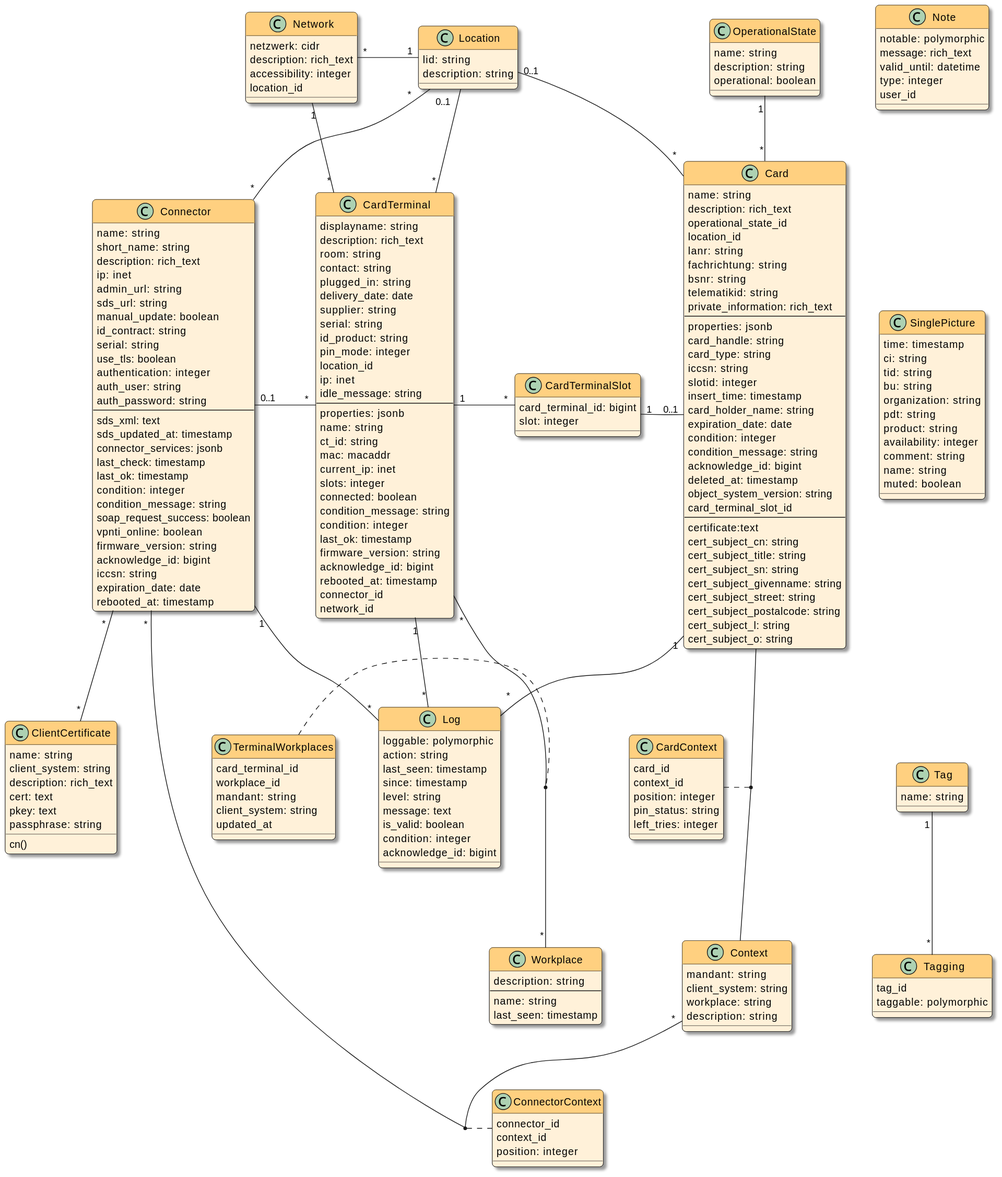
Before: docs/devnotes/_images/models.svg, a diagram exported from PlantUML (swobspace/cocard). The source it was exported from:
```plantuml
@startuml
top to bottom direction

!theme cocard from .

class Connector  {
  name: string
  short_name: string
  description: rich_text
  ip: inet
  admin_url: string
  sds_url: string
  manual_update: boolean
  id_contract: string
  serial: string
  use_tls: boolean
  authentication: integer
  auth_user: string
  auth_password: string
  --
  sds_xml: text
  sds_updated_at: timestamp
  connector_services: jsonb
  last_check: timestamp
  last_ok: timestamp
  condition: integer
  condition_message: string
  soap_request_success: boolean
  vpnti_online: boolean
  firmware_version: string
  acknowledge_id: bigint
  iccsn: string
  expiration_date: date
  rebooted_at: timestamp
}

class CardTerminal {
  displayname: string
  description: rich_text
  room: string
  contact: string
  plugged_in: string
  delivery_date: date
  supplier: string
  serial: string
  id_product: string
  pin_mode: integer
  location_id
  ip: inet
  idle_message: string
  --
  properties: jsonb
  name: string
  ct_id: string
  mac: macaddr
  current_ip: inet
  slots: integer
  connected: boolean
  condition_message: string
  condition: integer
  last_ok: timestamp
  firmware_version: string
  acknowledge_id: bigint
  rebooted_at: timestamp
  connector_id
  network_id
}

class CardTerminalSlot {
  card_terminal_id: bigint
  slot: integer
}

class Location {
  lid: string
  description: string
}

class Context {
  mandant: string
  client_system: string
  workplace: string
  description: string
}

class ConnectorContext {
  connector_id
  context_id
  position: integer
}

class CardContext {
  card_id
  context_id
  position: integer
  pin_status: string
  left_tries: integer
}

class Card {
  name: string
  description: rich_text
  operational_state_id
  location_id
  lanr: string
  fachrichtung: string
  bsnr: string
  telematikid: string
  private_information: rich_text
  --
  properties: jsonb
  card_handle: string
  card_type: string
  iccsn: string
  slotid: integer
  insert_time: timestamp
  card_holder_name: string
  expiration_date: date
  condition: integer
  condition_message: string
  acknowledge_id: bigint
  deleted_at: timestamp
  object_system_version: string
  card_terminal_slot_id
  --
  certificate:text
  cert_subject_cn: string
  cert_subject_title: string
  cert_subject_sn: string
  cert_subject_givenname: string
  cert_subject_street: string
  cert_subject_postalcode: string
  cert_subject_l: string
  cert_subject_o: string
}

class Workplace {
  description: string
  --
  name: string
  last_seen: timestamp
}
Class TerminalWorkplaces {
  card_terminal_id
  workplace_id
  mandant: string
  client_system: string
  updated_at
}
Class OperationalState {
  name: string
  description: string
  operational: boolean
}

Class Log {
  loggable: polymorphic
  action: string
  last_seen: timestamp
  since: timestamp
  level: string
  message: text
  is_valid: boolean
  condition: integer
  acknowledge_id: bigint
}

Class Network {
  netzwerk: cidr
  description: rich_text
  accessibility: integer
  location_id
}

Class ClientCertificate {
  name: string
  client_system: string
  description: rich_text
  cert: text
  pkey: text
  passphrase: string
  cn()
}

Class Note {
  notable: polymorphic
  message: rich_text
  valid_until: datetime
  type: integer
  user_id
}

Class Tag {
  name: string
}

Class Tagging {
  tag_id
  taggable: polymorphic
}

Network "*" - "1" Location
Network "1" -- "*" CardTerminal
Location "*" -- "*" Connector
Context "*" -- "*" Connector
Connector "0..1" - "*" CardTerminal
Location "0..1" -- "*" CardTerminal
(Connector, Context) . ConnectorContext
CardContext . (Card, Context)
CardTerminal "1" - "*" CardTerminalSlot
CardTerminalSlot "1" - "0..1" Card
CardTerminal "*" -- "*" Workplace
TerminalWorkplaces . (CardTerminal, Workplace)
Location "0..1" -- "*" Card
OperationalState "1" -- "*" Card

Connector "1" -- "*" Log
CardTerminal "1" -- "*" Log
Card "1" -- "*" Log

Connector "*" -- "*" ClientCertificate

Tag "1" -- "*" Tagging

Note -[hidden]- SinglePicture
SinglePicture -[hidden]- Tag

Class SinglePicture {
  time: timestamp
  ci: string
  tid: string
  bu: string
  organization: string
  pdt: string
  product: string
  availability: integer
  comment: string
  name: string
  muted: boolean
}
@enduml
```
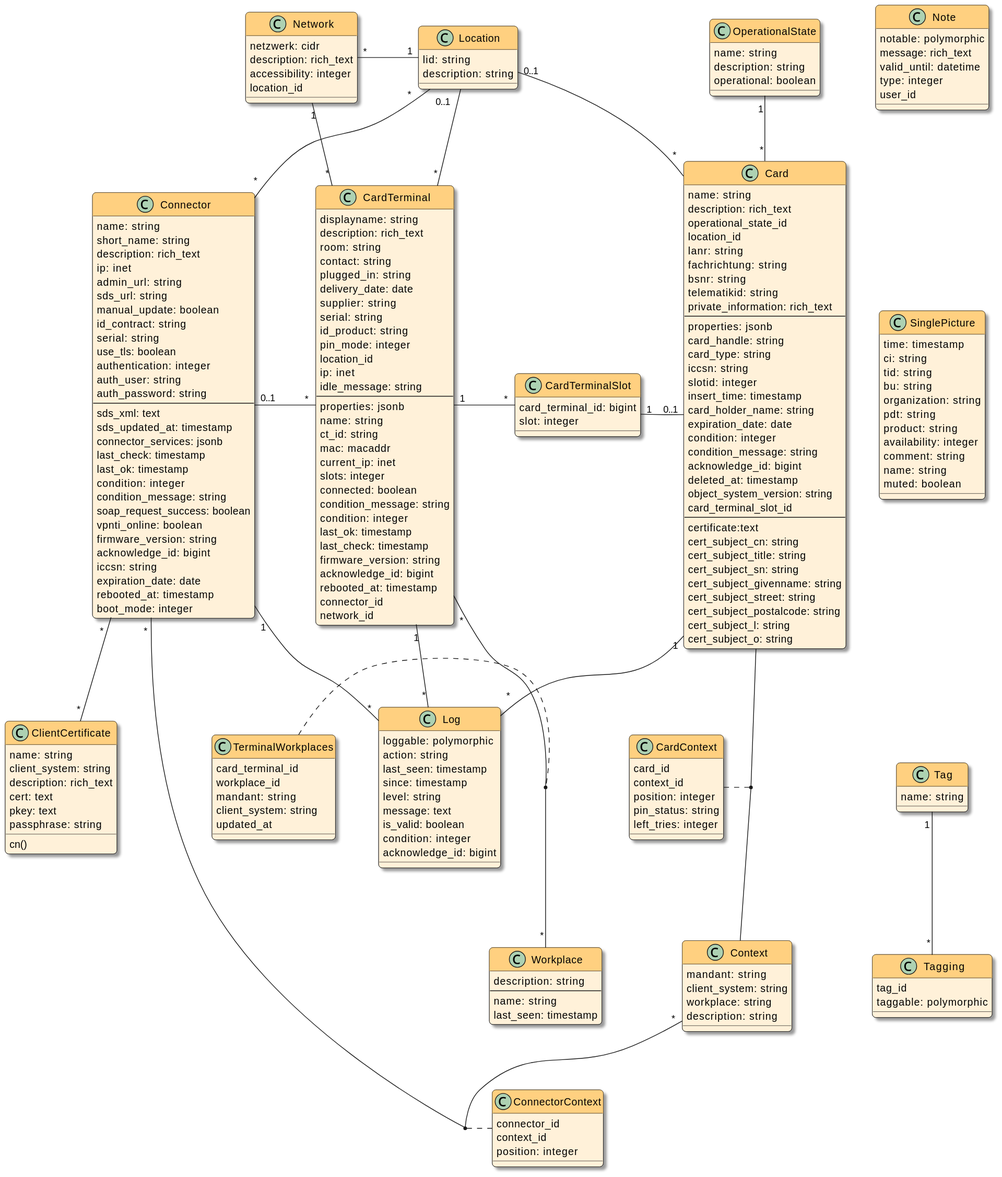
After the commit.

The edit, as a diff of the source:
```diff
@@ -32,6 +32,7 @@
   iccsn: string
   expiration_date: date
   rebooted_at: timestamp
+  boot_mode: integer
 }
 
 class CardTerminal {
@@ -59,6 +60,7 @@
   condition_message: string
   condition: integer
   last_ok: timestamp
+  last_check: timestamp
   firmware_version: string
   acknowledge_id: bigint
   rebooted_at: timestamp
```
